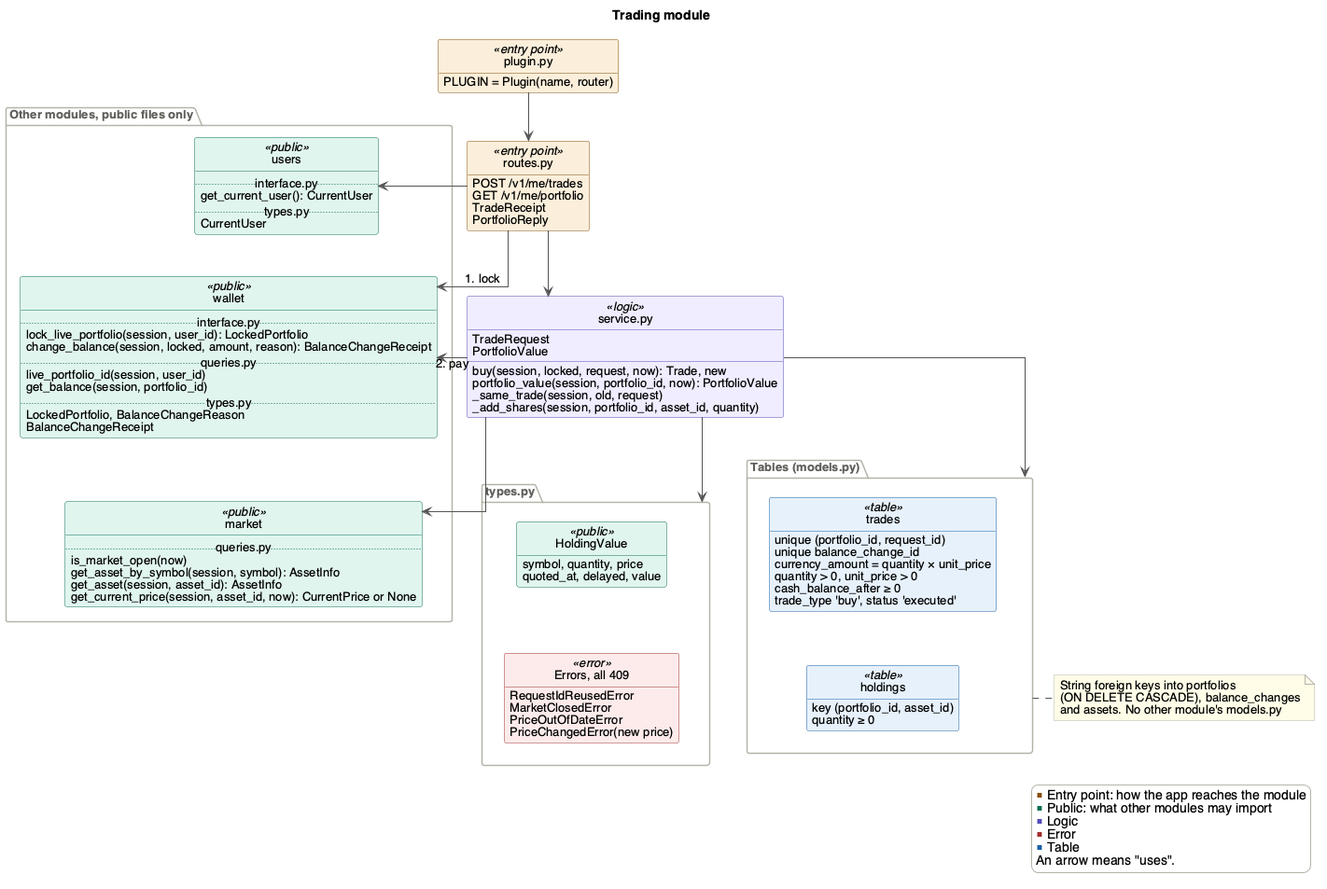
Above: docs/Design/SoftArchitecture/figures/trading.png in davislenover/BurnNEarn (PlantUML), before the change.
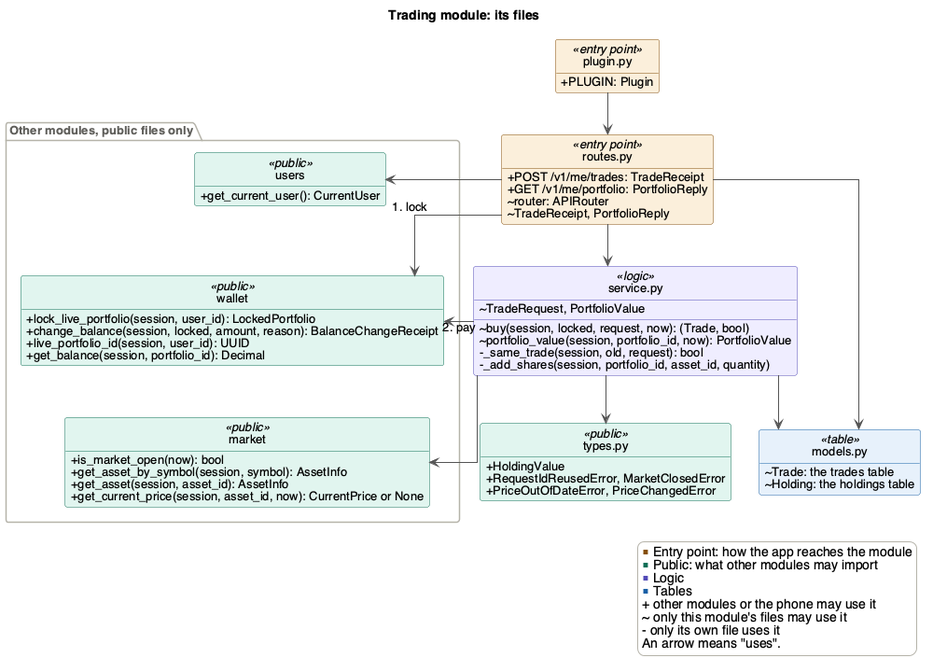
Above is the later version.

The edit, as a diff of the source:
```diff
@@ -1,78 +1,49 @@
 @startuml trading
 !include style.iuml
-title Trading module
+title Trading module: its files
 
 class "plugin.py" as plugin <<entry point>> {
-  PLUGIN = Plugin(name, router)
+  + PLUGIN: Plugin
 }
 class "routes.py" as routes <<entry point>> {
-  POST /v1/me/trades
-  GET /v1/me/portfolio
-  TradeReceipt
-  PortfolioReply
+  + POST /v1/me/trades: TradeReceipt
+  + GET /v1/me/portfolio: PortfolioReply
+  ~ router: APIRouter
+  ~ TradeReceipt, PortfolioReply
 }
 
 class "service.py" as service <<logic>> {
-  TradeRequest
-  PortfolioValue
-  buy(session, locked, request, now): Trade, new
-  portfolio_value(session, portfolio_id, now): PortfolioValue
-  _same_trade(session, old, request)
-  _add_shares(session, portfolio_id, asset_id, quantity)
+  ~ TradeRequest, PortfolioValue
+  ~ buy(session, locked, request, now): (Trade, bool)
+  ~ portfolio_value(session, portfolio_id, now): PortfolioValue
+  - _same_trade(session, old, request): bool
+  - _add_shares(session, portfolio_id, asset_id, quantity)
 }
-
-package "types.py" as types {
-  class "HoldingValue" as records <<public>> {
-    symbol, quantity, price
-    quoted_at, delayed, value
-  }
-  class "Errors, all 409" as errors <<error>> {
-    RequestIdReusedError
-    MarketClosedError
-    PriceOutOfDateError
-    {field} PriceChangedError(new price)
-  }
+class "types.py" as types <<public>> {
+  + HoldingValue
+  + RequestIdReusedError, MarketClosedError
+  + PriceOutOfDateError, PriceChangedError
 }
-
-package "Tables (models.py)" as tables {
-  class "trades" as trades <<table>> {
-    {field} unique (portfolio_id, request_id)
-    unique balance_change_id
-    currency_amount = quantity × unit_price
-    quantity > 0, unit_price > 0
-    cash_balance_after ≥ 0
-    trade_type 'buy', status 'executed'
-  }
-  class "holdings" as holdings <<table>> {
-    {field} key (portfolio_id, asset_id)
-    quantity ≥ 0
-  }
+class "models.py" as models <<table>> {
+  ~ Trade: the trades table
+  ~ Holding: the holdings table
 }
 
 package "Other modules, public files only" as others {
   class "users" as users <<public>> {
-    .. interface.py ..
-    get_current_user(): CurrentUser
-    .. types.py ..
-    CurrentUser
+    + get_current_user(): CurrentUser
   }
   class "wallet" as wallet <<public>> {
-    .. interface.py ..
-    lock_live_portfolio(session, user_id): LockedPortfolio
-    change_balance(session, locked, amount, reason): BalanceChangeReceipt
-    .. queries.py ..
-    live_portfolio_id(session, user_id)
-    get_balance(session, portfolio_id)
-    .. types.py ..
-    LockedPortfolio, BalanceChangeReason
-    BalanceChangeReceipt
+    + lock_live_portfolio(session, user_id): LockedPortfolio
+    + change_balance(session, locked, amount, reason): BalanceChangeReceipt
+    + live_portfolio_id(session, user_id): UUID
+    + get_balance(session, portfolio_id): Decimal
   }
   class "market" as market <<public>> {
-    .. queries.py ..
-    is_market_open(now)
-    get_asset_by_symbol(session, symbol): AssetInfo
-    get_asset(session, asset_id): AssetInfo
-    get_current_price(session, asset_id, now): CurrentPrice or None
+    + is_market_open(now): bool
+    + get_asset_by_symbol(session, symbol): AssetInfo
+    + get_asset(session, asset_id): AssetInfo
+    + get_current_price(session, asset_id, now): CurrentPrice or None
   }
 }
 
@@ -83,25 +54,20 @@
 service -left-> wallet : 2. pay
 service --> market
 service --> types
-service --> tables
+service --> models
+routes --> models
 
 users -[hidden]down- wallet
 wallet -[hidden]down- market
-records -[hidden]down- errors
-trades -[hidden]down- holdings
-
-note bottom of tables
-  String foreign keys into portfolios
-  (ON DELETE CASCADE), balance_changes
-  and assets. No other module's models.py
-end note
 
 legend right
   <color:#854F0B>■</color> Entry point: how the app reaches the module
   <color:#0F6E56>■</color> Public: what other modules may import
   <color:#534AB7>■</color> Logic
-  <color:#A32D2D>■</color> Error
-  <color:#185FA5>■</color> Table
+  <color:#185FA5>■</color> Tables
+  + other modules or the phone may use it
+  ~ only this module's files may use it
+  - only its own file uses it
   An arrow means "uses".
 endlegend
 @enduml
```
